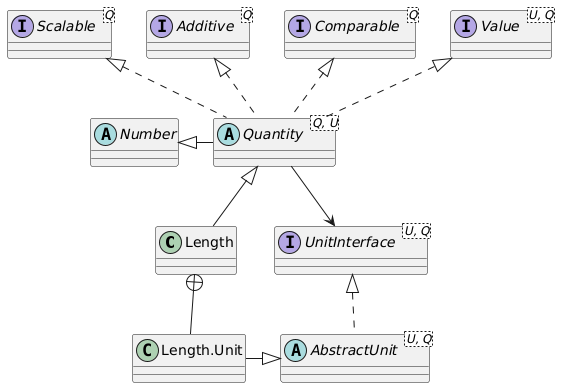
The PlantUML diagram docs/images/quantity.png in averbraeck/djunits, before a commit.
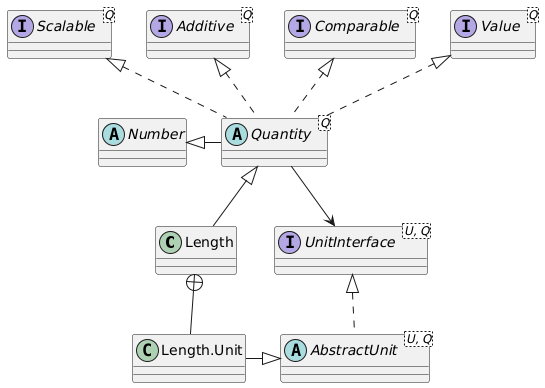
The same diagram one commit later.

Commit message:
Issue #127. Update class diagrams for <Q> instead of <Q, U>

The edit, as a diff of the source:
```diff
@@ -1,11 +1,11 @@
 @startuml
 class Length
 class "Length.Unit" as LengthUnit
-abstract class Quantity<Q, U>
+abstract class Quantity<Q>
 abstract class AbstractUnit<U, Q>
 interface UnitInterface<U, Q>
 abstract class Number
-interface Value<U, Q>
+interface Value<Q>
 interface Comparable<Q>
 interface Additive<Q>
 interface Scalable<Q>
```
